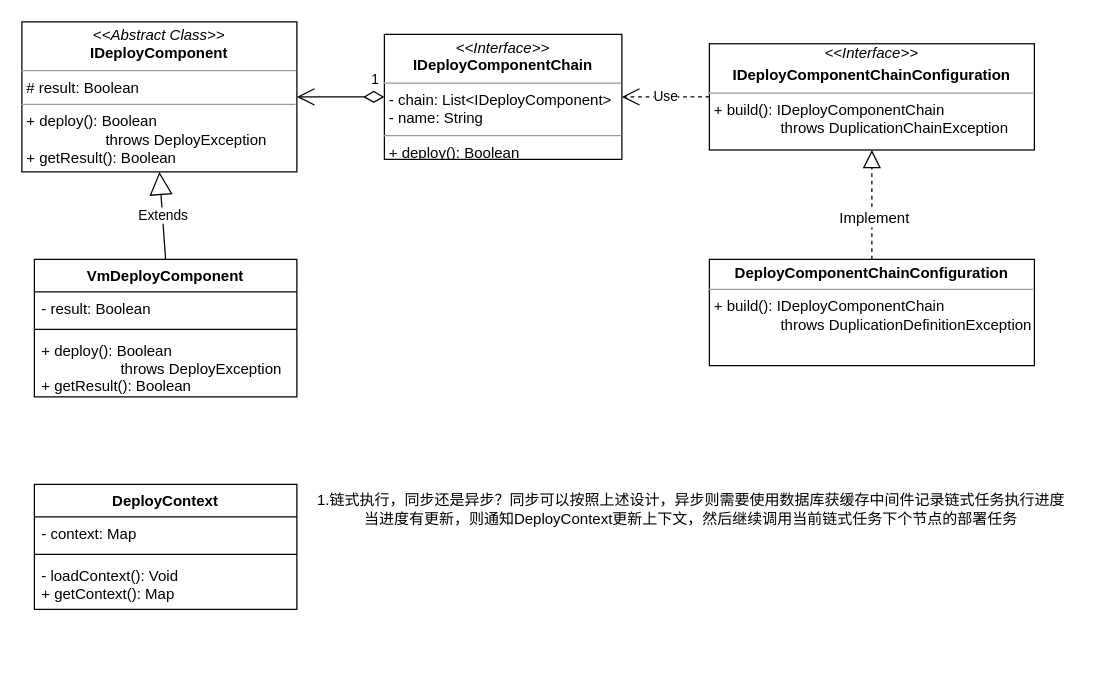
The draw.io diagram SAAS自动部署.drawio in iceAcmen/myDesign, before the edit. Source tidied: cells renumbered, new cells numbered last; positions are measured from the earlier drawing's top-left corner, leaving out a move shared by most shapes. Both pictures are drawn from the tidied source at 125%, with x=0, y=0 at pixel (21, 21).
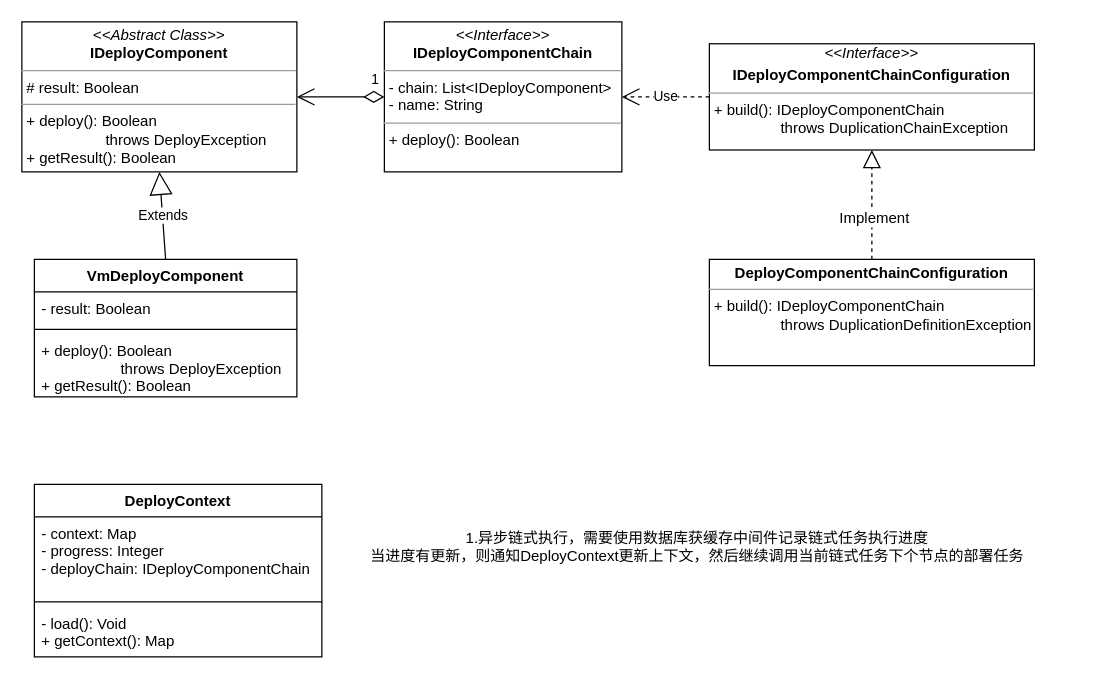
After the change.

Commit message (it also covers changes not shown here):
更新SAAS自动部署.drawio

Diff of the diagram source:
```diff
@@
 <mxGraphModel>
   <root>
     <mxCell id="0" />
     <mxCell id="1" parent="0" />
     <mxCell id="2" value="&lt;p style=&quot;margin: 0px ; margin-top: 4px ; text-align: center&quot;&gt;&lt;i&gt;&amp;lt;&amp;lt;Abstract Class&amp;gt;&amp;gt;&lt;/i&gt;&lt;br&gt;&lt;b&gt;IDeployComponent&lt;/b&gt;&lt;br&gt;&lt;/p&gt;&lt;hr size=&quot;1&quot;&gt;&lt;p style=&quot;margin: 0px ; margin-left: 4px&quot;&gt;# result: Boolean&lt;br&gt;&lt;/p&gt;&lt;hr size=&quot;1&quot;&gt;&lt;p style=&quot;margin: 0px ; margin-left: 4px&quot;&gt;+ deploy(): Boolean&lt;/p&gt;&lt;p style=&quot;margin: 0px ; margin-left: 4px&quot;&gt;&amp;nbsp; &amp;nbsp; &amp;nbsp; &amp;nbsp; &amp;nbsp; &amp;nbsp; &amp;nbsp; &amp;nbsp; &amp;nbsp; &amp;nbsp;throws DeployException&lt;/p&gt;&lt;p style=&quot;margin: 0px ; margin-left: 4px&quot;&gt;+ getResult(): Boolean&lt;/p&gt;" style="verticalAlign=top;align=left;overflow=fill;fontSize=12;fontFamily=Helvetica;html=1;" parent="1" vertex="1">
       <mxGeometry width="220" height="120" as="geometry" />
     </mxCell>
     <mxCell id="3" value="&lt;p style=&quot;margin: 0px ; margin-top: 4px ; text-align: center&quot;&gt;&lt;i&gt;&amp;lt;&amp;lt;Interface&amp;gt;&amp;gt;&lt;/i&gt;&lt;br&gt;&lt;b&gt;IDeployComponentChain&lt;/b&gt;&lt;br&gt;&lt;/p&gt;&lt;hr size=&quot;1&quot;&gt;&lt;p style=&quot;margin: 0px ; margin-left: 4px&quot;&gt;- chain: List&amp;lt;IDeployComponent&amp;gt;&lt;br&gt;&lt;/p&gt;&lt;p style=&quot;margin: 0px ; margin-left: 4px&quot;&gt;- name: String&lt;/p&gt;&lt;hr size=&quot;1&quot;&gt;&lt;p style=&quot;margin: 0px ; margin-left: 4px&quot;&gt;+ deploy(): Boolean&lt;/p&gt;&lt;p style=&quot;margin: 0px ; margin-left: 4px&quot;&gt;&lt;br&gt;&lt;/p&gt;" style="verticalAlign=top;align=left;overflow=fill;fontSize=12;fontFamily=Helvetica;html=1;" parent="1" vertex="1">
-      <mxGeometry x="290" y="10" width="190" height="100" as="geometry" />
+      <mxGeometry x="290" width="190" height="120" as="geometry" />
     </mxCell>
     <mxCell id="4" value="VmDeployComponent" style="swimlane;fontStyle=1;align=center;verticalAlign=top;horizontal=1;startSize=26;fontColor=#000000;" parent="1" vertex="1">
       <mxGeometry x="10" y="190" width="210" height="110" as="geometry" />
     </mxCell>
     <mxCell id="5" value="- result: Boolean" style="text;strokeColor=none;fillColor=none;align=left;verticalAlign=top;spacingLeft=4;spacingRight=4;overflow=hidden;" parent="4" vertex="1">
       <mxGeometry y="26" width="210" height="26" as="geometry" />
     </mxCell>
     <mxCell id="6" style="line;strokeWidth=1;fillColor=none;align=left;verticalAlign=middle;spacingTop=-1;spacingLeft=3;spacingRight=3;labelPosition=right;" parent="4" vertex="1">
       <mxGeometry y="52" width="210" height="8" as="geometry" />
     </mxCell>
     <mxCell id="7" value="+ deploy(): Boolean&#10;                   throws DeployException&#10;+ getResult(): Boolean" style="text;strokeColor=none;fillColor=none;align=left;verticalAlign=top;spacingLeft=4;spacingRight=4;overflow=hidden;" parent="4" vertex="1">
       <mxGeometry y="60" width="210" height="50" as="geometry" />
     </mxCell>
     <mxCell id="8" value="Extends" style="endArrow=block;endSize=16;endFill=0;html=1;fontColor=#000000;exitX=0.5;exitY=0;exitDx=0;exitDy=0;entryX=0.5;entryY=1;entryDx=0;entryDy=0;" parent="1" edge="1" source="4" target="2">
       <mxGeometry relative="1" as="geometry" />
     </mxCell>
     <mxCell id="9" value="1" style="endArrow=open;html=1;endSize=12;startArrow=diamondThin;startSize=14;startFill=0;edgeStyle=orthogonalEdgeStyle;align=left;verticalAlign=bottom;fontColor=#000000;entryX=1;entryY=0.5;entryDx=0;entryDy=0;exitX=0;exitY=0.5;exitDx=0;exitDy=0;" parent="1" edge="1" source="3" target="2">
       <mxGeometry x="-0.67" y="-5" relative="1" as="geometry" />
     </mxCell>
     <mxCell id="10" value="&lt;div style=&quot;text-align: center&quot;&gt;&lt;i&gt;&amp;lt;&amp;lt;Interface&amp;gt;&amp;gt;&lt;/i&gt;&lt;/div&gt;&lt;p style=&quot;margin: 0px ; margin-top: 4px ; text-align: center&quot;&gt;&lt;b&gt;IDeployComponentChainConfiguration&lt;/b&gt;&lt;br&gt;&lt;/p&gt;&lt;hr size=&quot;1&quot;&gt;&lt;p style=&quot;margin: 0px ; margin-left: 4px&quot;&gt;&lt;/p&gt;&lt;p style=&quot;margin: 0px ; margin-left: 4px&quot;&gt;+ build(): IDeployComponentChain&lt;/p&gt;&lt;p style=&quot;margin: 0px ; margin-left: 4px&quot;&gt;&amp;nbsp; &amp;nbsp; &amp;nbsp; &amp;nbsp; &amp;nbsp; &amp;nbsp; &amp;nbsp; &amp;nbsp; throws DuplicationChainException&lt;/p&gt;&lt;p style=&quot;margin: 0px ; margin-left: 4px&quot;&gt;&lt;br&gt;&lt;/p&gt;" style="verticalAlign=top;align=left;overflow=fill;fontSize=12;fontFamily=Helvetica;html=1;" parent="1" vertex="1">
       <mxGeometry x="550" y="17.5" width="260" height="85" as="geometry" />
     </mxCell>
     <mxCell id="11" value="&lt;p style=&quot;margin: 0px ; margin-top: 4px ; text-align: center&quot;&gt;&lt;b&gt;DeployComponentChainConfiguration&lt;/b&gt;&lt;br&gt;&lt;/p&gt;&lt;hr size=&quot;1&quot;&gt;&lt;p style=&quot;margin: 0px ; margin-left: 4px&quot;&gt;&lt;/p&gt;&lt;p style=&quot;margin: 0px ; margin-left: 4px&quot;&gt;+ build(): IDeployComponentChain&lt;/p&gt;&lt;p style=&quot;margin: 0px ; margin-left: 4px&quot;&gt;&amp;nbsp; &amp;nbsp; &amp;nbsp; &amp;nbsp; &amp;nbsp; &amp;nbsp; &amp;nbsp; &amp;nbsp; throws DuplicationDefinitionException&lt;/p&gt;&lt;p style=&quot;margin: 0px ; margin-left: 4px&quot;&gt;&lt;br&gt;&lt;/p&gt;" style="verticalAlign=top;align=left;overflow=fill;fontSize=12;fontFamily=Helvetica;html=1;" parent="1" vertex="1">
       <mxGeometry x="550" y="190" width="260" height="85" as="geometry" />
     </mxCell>
     <mxCell id="12" style="endArrow=block;dashed=1;endFill=0;endSize=12;html=1;fontColor=#000000;entryX=0.5;entryY=1;entryDx=0;entryDy=0;exitX=0.5;exitY=0;exitDx=0;exitDy=0;" parent="1" edge="1" source="11" target="10">
       <mxGeometry relative="1" as="geometry" />
     </mxCell>
     <mxCell id="13" value="Implement" style="text;html=1;align=center;verticalAlign=middle;labelBackgroundColor=#ffffff;fontColor=#000000;" parent="12" vertex="1">
       <mxGeometry x="-0.22" y="-1" relative="1" as="geometry" />
     </mxCell>
     <mxCell id="14" value="Use" style="endArrow=open;endSize=12;dashed=1;html=1;fontColor=#000000;entryX=1;entryY=0.5;entryDx=0;entryDy=0;exitX=0;exitY=0.5;exitDx=0;exitDy=0;" parent="1" edge="1" source="10" target="3">
       <mxGeometry relative="1" as="geometry" />
     </mxCell>
-    <mxCell id="15" value="1.链式执行，同步还是异步？同步可以按照上述设计，异步则需要使用数据库获缓存中间件记录链式任务执行进度&lt;br&gt;当进度有更新，则通知DeployContext更新上下文，然后继续调用当前链式任务下个节点的部署任务" style="text;html=1;align=center;verticalAlign=middle;fontColor=#000000;" parent="1" vertex="1">
-      <mxGeometry x="230" y="375" width="610" height="30" as="geometry" />
+    <mxCell id="15" value="1.异步链式执行，需要使用数据库获缓存中间件记录链式任务执行进度&lt;br&gt;当进度有更新，则通知DeployContext更新上下文，然后继续调用当前链式任务下个节点的部署任务" style="text;html=1;align=center;verticalAlign=middle;fontColor=#000000;" parent="1" vertex="1">
+      <mxGeometry x="270" y="405" width="540" height="30" as="geometry" />
     </mxCell>
     <mxCell id="16" value="DeployContext" style="swimlane;fontStyle=1;align=center;verticalAlign=top;horizontal=1;startSize=26;fontColor=#000000;" parent="1" vertex="1">
-      <mxGeometry x="10" y="370" width="210" height="100" as="geometry" />
+      <mxGeometry x="10" y="370" width="230" height="138" as="geometry" />
     </mxCell>
-    <mxCell id="17" value="- context: Map" style="text;strokeColor=none;fillColor=none;align=left;verticalAlign=top;spacingLeft=4;spacingRight=4;overflow=hidden;" parent="16" vertex="1">
-      <mxGeometry y="26" width="210" height="26" as="geometry" />
+    <mxCell id="17" value="- context: Map&#10;- progress: Integer&#10;- deployChain: IDeployComponentChain" style="text;strokeColor=none;fillColor=none;align=left;verticalAlign=top;spacingLeft=4;spacingRight=4;overflow=hidden;" parent="16" vertex="1">
+      <mxGeometry y="26" width="230" height="64" as="geometry" />
     </mxCell>
     <mxCell id="18" style="line;strokeWidth=1;fillColor=none;align=left;verticalAlign=middle;spacingTop=-1;spacingLeft=3;spacingRight=3;labelPosition=right;" parent="16" vertex="1">
-      <mxGeometry y="52" width="210" height="8" as="geometry" />
+      <mxGeometry y="90" width="230" height="8" as="geometry" />
     </mxCell>
-    <mxCell id="19" value="- loadContext(): Void&#10;+ getContext(): Map" style="text;strokeColor=none;fillColor=none;align=left;verticalAlign=top;spacingLeft=4;spacingRight=4;overflow=hidden;" parent="16" vertex="1">
-      <mxGeometry y="60" width="210" height="40" as="geometry" />
+    <mxCell id="19" value="- load(): Void&#10;+ getContext(): Map" style="text;strokeColor=none;fillColor=none;align=left;verticalAlign=top;spacingLeft=4;spacingRight=4;overflow=hidden;" parent="16" vertex="1">
+      <mxGeometry y="98" width="230" height="40" as="geometry" />
     </mxCell>
   </root>
 </mxGraphModel>
```
